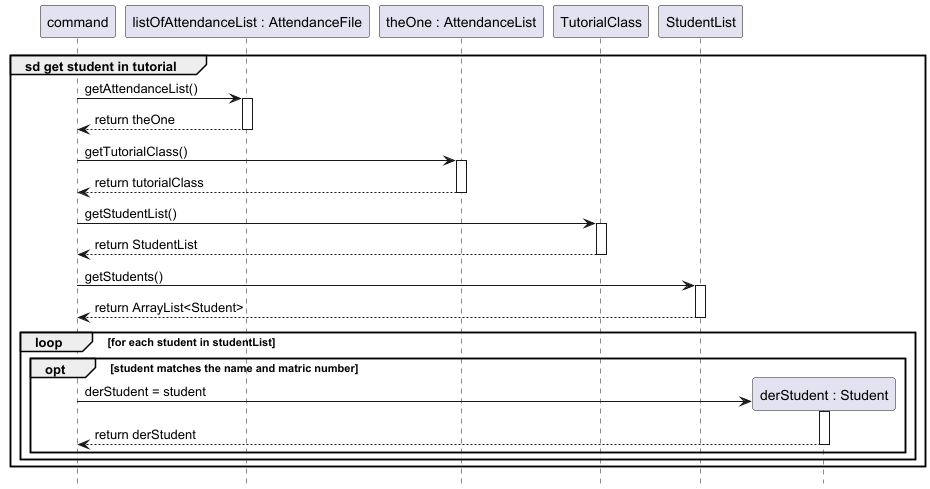
Above: docs/diagrams/attendancelistcommands/findStudentInTutorial.png in wongyihao02/tp (PlantUML), before the change.
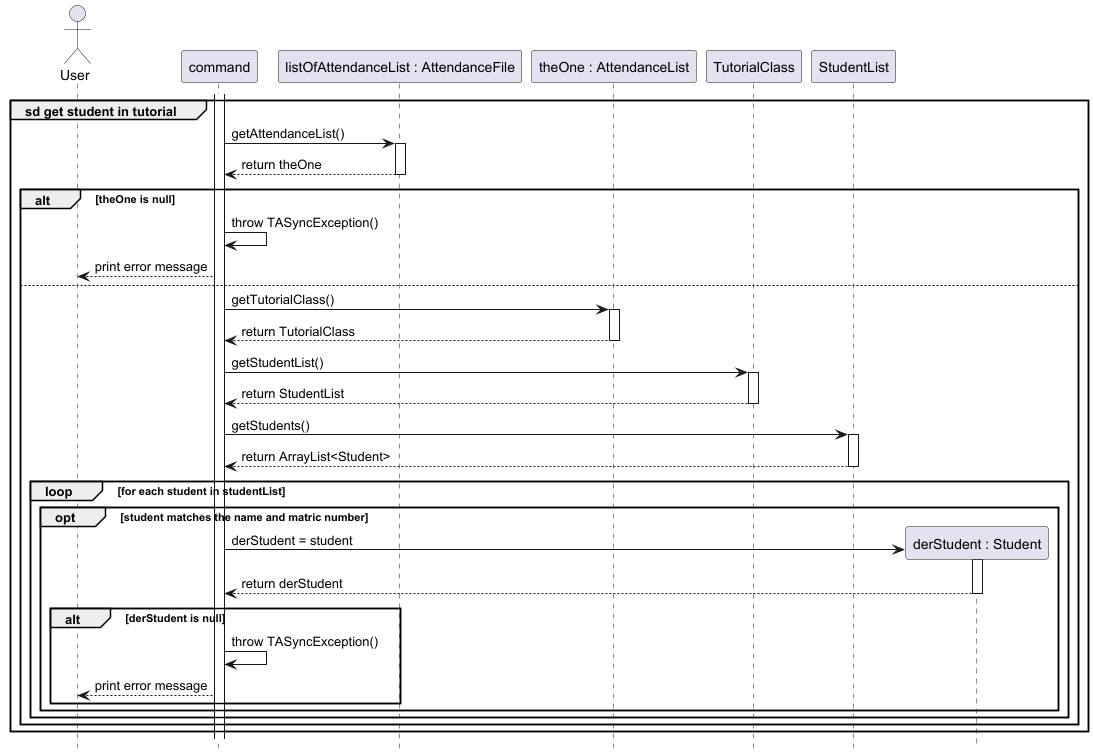
After the change.

Change to the diagram source:
```diff
@@ -1,22 +1,27 @@
 @startuml
 hide footbox
 
-
+actor User
 participant "command" as command
 participant "listOfAttendanceList : AttendanceFile" as listOfAttendanceList
 participant "theOne : AttendanceList" as theOne
 participant "TutorialClass" as tutorialClass
 participant "StudentList" as studentList
 
+activate command
 group sd get student in tutorial
     command -> listOfAttendanceList : getAttendanceList()
     activate listOfAttendanceList
     command <-- listOfAttendanceList : return theOne
     deactivate listOfAttendanceList
+    alt theOne is null
+    command -> command : throw TASyncException()
+    command --> User : print error message
+    else
 
     command -> theOne : getTutorialClass()
     activate theOne
-    command <-- theOne : return tutorialClass
+    command <-- theOne : return TutorialClass
     deactivate theOne
 
     command -> tutorialClass : getStudentList()
@@ -37,7 +42,12 @@
     activate derStudent
     derStudent --> command : return derStudent
     deactivate derStudent
+    alt derStudent is null
+    command -> command : throw TASyncException()
+        command --> User : print error message
     end opt
     end loop
+    end alt
+    end
     end
 @enduml
```
